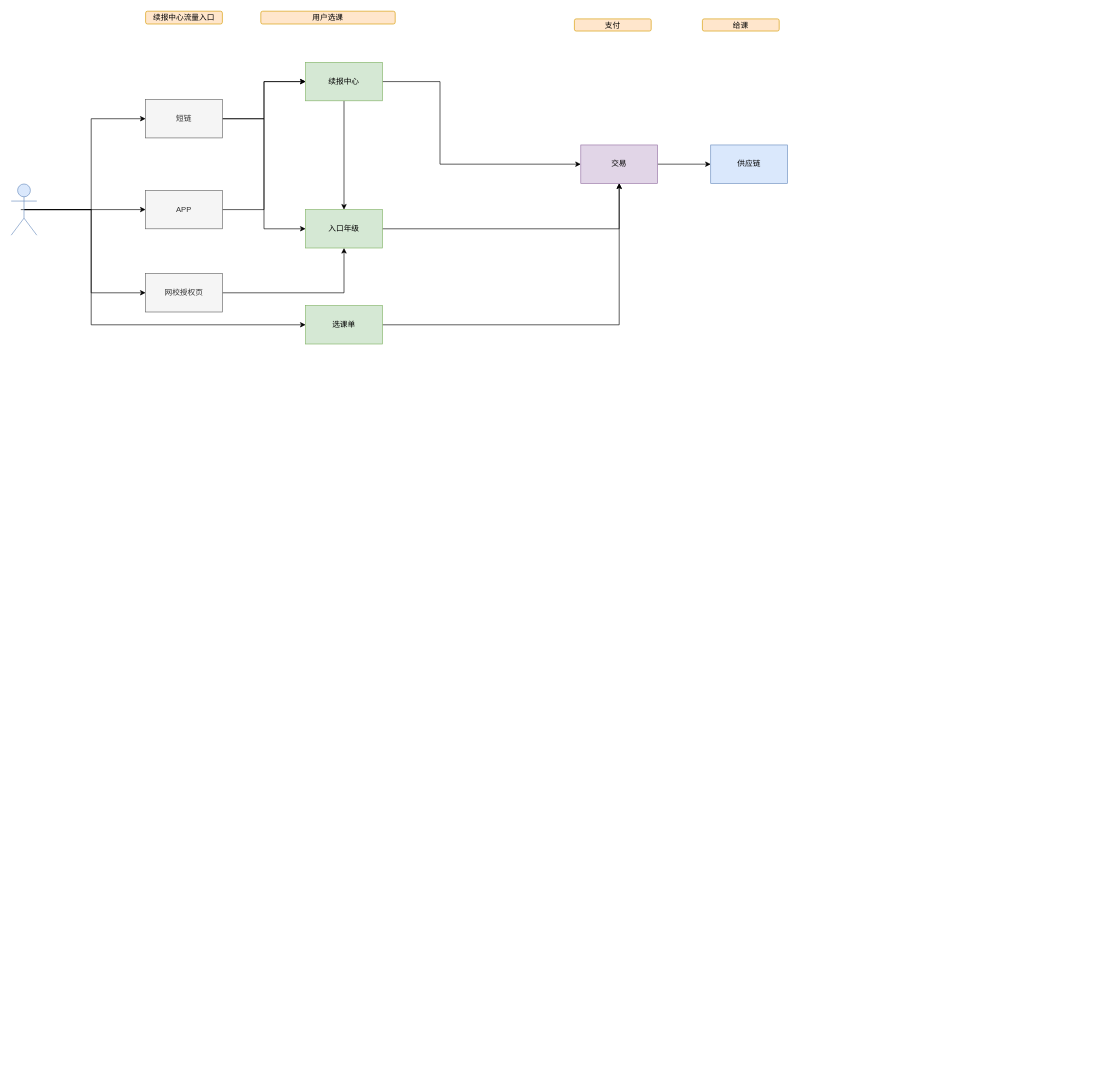
Before: xiwang/续报链路_a.drawio in LanSeTianYe/draw, a draw.io diagram. Source tidied: cells renumbered, new cells numbered last; positions are measured from the earlier drawing's top-left corner, leaving out a move shared by most shapes. Both pictures are drawn from the tidied source at 64%, with x=0, y=0 at pixel (11, 11).
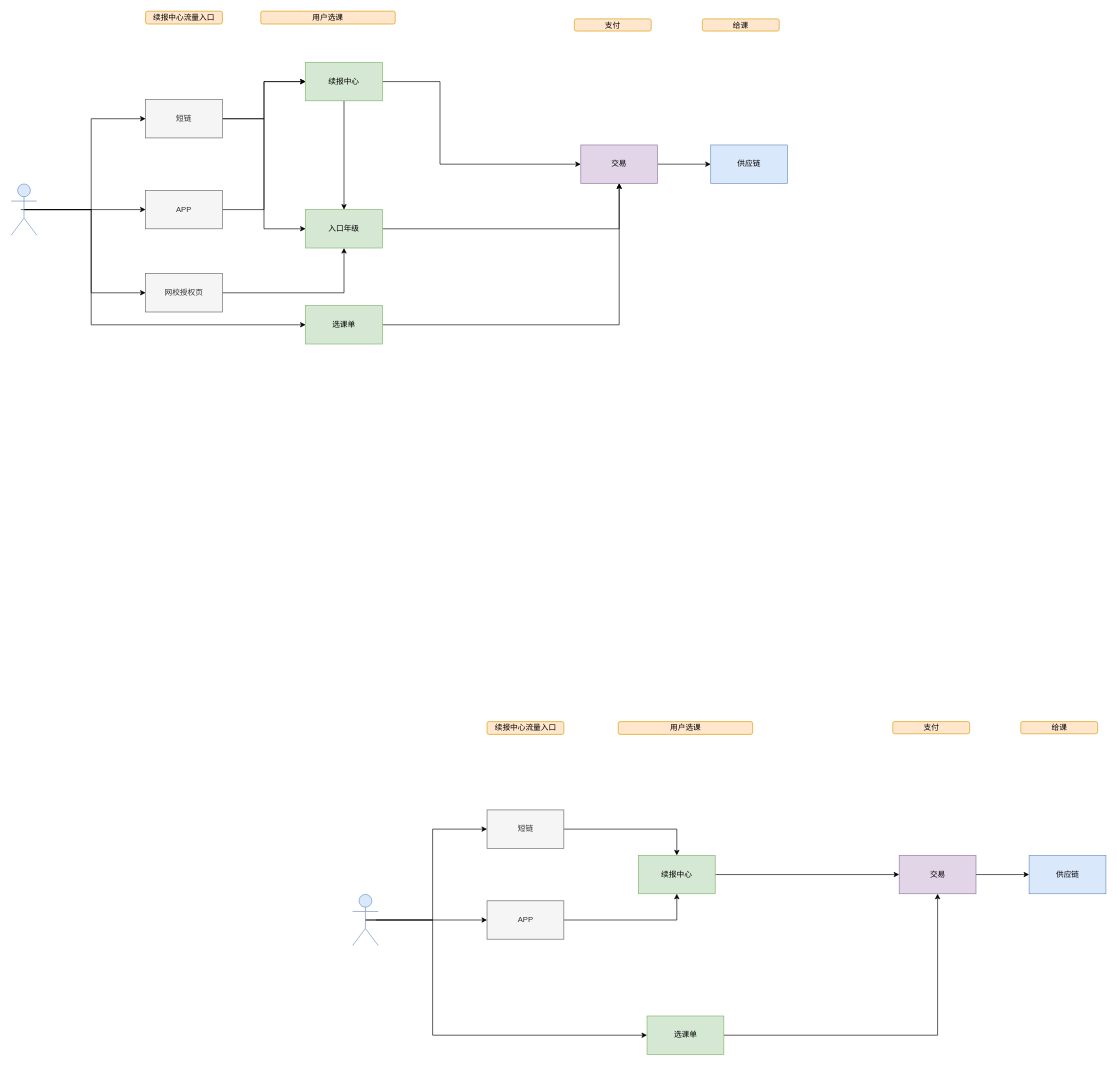
The same page after the edit.

Commit message:
更新续报链路_a.drawio

What changed in the source:
```diff
@@
+    <mxCell id="28" style="edgeStyle=orthogonalEdgeStyle;rounded=0;jettySize=auto;html=1;exitX=1;exitY=0.5;exitDx=0;exitDy=0;entryX=0;entryY=0.5;entryDx=0;entryDy=0;" parent="1" edge="1" source="29" target="35">
+      <mxGeometry relative="1" as="geometry" />
+    </mxCell>
+    <mxCell id="29" value="续报中心" style="rounded=0;whiteSpace=wrap;html=1;fillColor=#d5e8d4;strokeColor=#82b366;" parent="1" vertex="1">
+      <mxGeometry x="980" y="1319" width="120" height="60" as="geometry" />
+    </mxCell>
+    <mxCell id="30" style="edgeStyle=orthogonalEdgeStyle;rounded=0;jettySize=auto;html=1;exitX=1;exitY=0.5;exitDx=0;exitDy=0;" parent="1" edge="1" source="31" target="29">
+      <mxGeometry relative="1" as="geometry" />
+    </mxCell>
+    <mxCell id="31" value="短链" style="rounded=0;whiteSpace=wrap;html=1;fillColor=#f5f5f5;strokeColor=#666666;fontColor=#333333;" parent="1" vertex="1">
+      <mxGeometry x="743.5" y="1248" width="120" height="60" as="geometry" />
+    </mxCell>
+    <mxCell id="32" style="edgeStyle=orthogonalEdgeStyle;rounded=0;jettySize=auto;html=1;exitX=1;exitY=0.5;exitDx=0;exitDy=0;entryX=0.5;entryY=1;entryDx=0;entryDy=0;" parent="1" edge="1" source="33" target="29">
+      <mxGeometry relative="1" as="geometry" />
+    </mxCell>
+    <mxCell id="33" value="APP" style="rounded=0;whiteSpace=wrap;html=1;fillColor=#f5f5f5;strokeColor=#666666;fontColor=#333333;" parent="1" vertex="1">
+      <mxGeometry x="743.5" y="1390" width="120" height="60" as="geometry" />
+    </mxCell>
+    <mxCell id="34" style="edgeStyle=orthogonalEdgeStyle;rounded=0;jettySize=auto;html=1;exitX=1;exitY=0.5;exitDx=0;exitDy=0;entryX=0;entryY=0.5;entryDx=0;entryDy=0;" parent="1" edge="1" source="35" target="36">
+      <mxGeometry relative="1" as="geometry" />
+    </mxCell>
+    <mxCell id="35" value="交易" style="rounded=0;whiteSpace=wrap;html=1;fillColor=#e1d5e7;strokeColor=#9673a6;" parent="1" vertex="1">
+      <mxGeometry x="1387.5" y="1319" width="120" height="60" as="geometry" />
+    </mxCell>
+    <mxCell id="36" value="供应链" style="rounded=0;whiteSpace=wrap;html=1;fillColor=#dae8fc;strokeColor=#6c8ebf;" parent="1" vertex="1">
+      <mxGeometry x="1590.5" y="1319" width="120" height="60" as="geometry" />
+    </mxCell>
+    <mxCell id="37" style="edgeStyle=orthogonalEdgeStyle;rounded=0;jettySize=auto;html=1;exitX=0.5;exitY=0.5;exitDx=0;exitDy=0;exitPerimeter=0;entryX=0;entryY=0.5;entryDx=0;entryDy=0;" parent="1" edge="1" source="40" target="31">
+      <mxGeometry relative="1" as="geometry" />
+    </mxCell>
+    <mxCell id="38" style="edgeStyle=orthogonalEdgeStyle;rounded=0;jettySize=auto;html=1;" parent="1" edge="1" target="42">
+      <mxGeometry relative="1" as="geometry">
+        <mxPoint x="570" y="1420" as="sourcePoint" />
+        <Array as="points">
+          <mxPoint x="658.5" y="1420" />
+          <mxPoint x="658.5" y="1600" />
+        </Array>
+      </mxGeometry>
+    </mxCell>
+    <mxCell id="39" style="edgeStyle=orthogonalEdgeStyle;rounded=0;jettySize=auto;html=1;exitX=0.5;exitY=0.5;exitDx=0;exitDy=0;exitPerimeter=0;" parent="1" edge="1" source="40" target="33">
+      <mxGeometry relative="1" as="geometry" />
+    </mxCell>
+    <mxCell id="40" style="shape=umlActor;verticalLabelPosition=bottom;verticalAlign=top;html=1;outlineConnect=0;fillColor=#dae8fc;strokeColor=#6c8ebf;" parent="1" vertex="1">
+      <mxGeometry x="533.5" y="1380" width="40" height="80" as="geometry" />
+    </mxCell>
+    <mxCell id="41" style="edgeStyle=orthogonalEdgeStyle;rounded=0;jettySize=auto;html=1;exitX=1;exitY=0.5;exitDx=0;exitDy=0;" parent="1" edge="1" source="42" target="35">
+      <mxGeometry relative="1" as="geometry" />
+    </mxCell>
+    <mxCell id="42" value="选课单" style="rounded=0;whiteSpace=wrap;html=1;fillColor=#d5e8d4;strokeColor=#82b366;" parent="1" vertex="1">
+      <mxGeometry x="993.5" y="1570" width="120" height="60" as="geometry" />
+    </mxCell>
+    <mxCell id="43" value="&lt;span style=&quot;text-wrap: nowrap;&quot;&gt;续报中心流量入口&lt;/span&gt;" style="rounded=1;whiteSpace=wrap;html=1;fillColor=#ffe6cc;strokeColor=#d79b00;" parent="1" vertex="1">
+      <mxGeometry x="743.5" y="1110" width="120" height="20" as="geometry" />
+    </mxCell>
+    <mxCell id="44" value="&lt;span style=&quot;text-wrap: nowrap;&quot;&gt;用户选课&lt;/span&gt;" style="rounded=1;whiteSpace=wrap;html=1;fillColor=#ffe6cc;strokeColor=#d79b00;" parent="1" vertex="1">
+      <mxGeometry x="948.5" y="1110" width="210" height="20" as="geometry" />
+    </mxCell>
+    <mxCell id="45" value="&lt;span style=&quot;text-wrap: nowrap;&quot;&gt;支付&lt;/span&gt;" style="rounded=1;whiteSpace=wrap;html=1;fillColor=#ffe6cc;strokeColor=#d79b00;" parent="1" vertex="1">
+      <mxGeometry x="1377.5" y="1110" width="120" height="19" as="geometry" />
+    </mxCell>
+    <mxCell id="46" value="&lt;span style=&quot;text-wrap: nowrap;&quot;&gt;给课&lt;/span&gt;" style="rounded=1;whiteSpace=wrap;html=1;fillColor=#ffe6cc;strokeColor=#d79b00;" parent="1" vertex="1">
+      <mxGeometry x="1577.5" y="1110" width="120" height="19" as="geometry" />
+    </mxCell>
```
